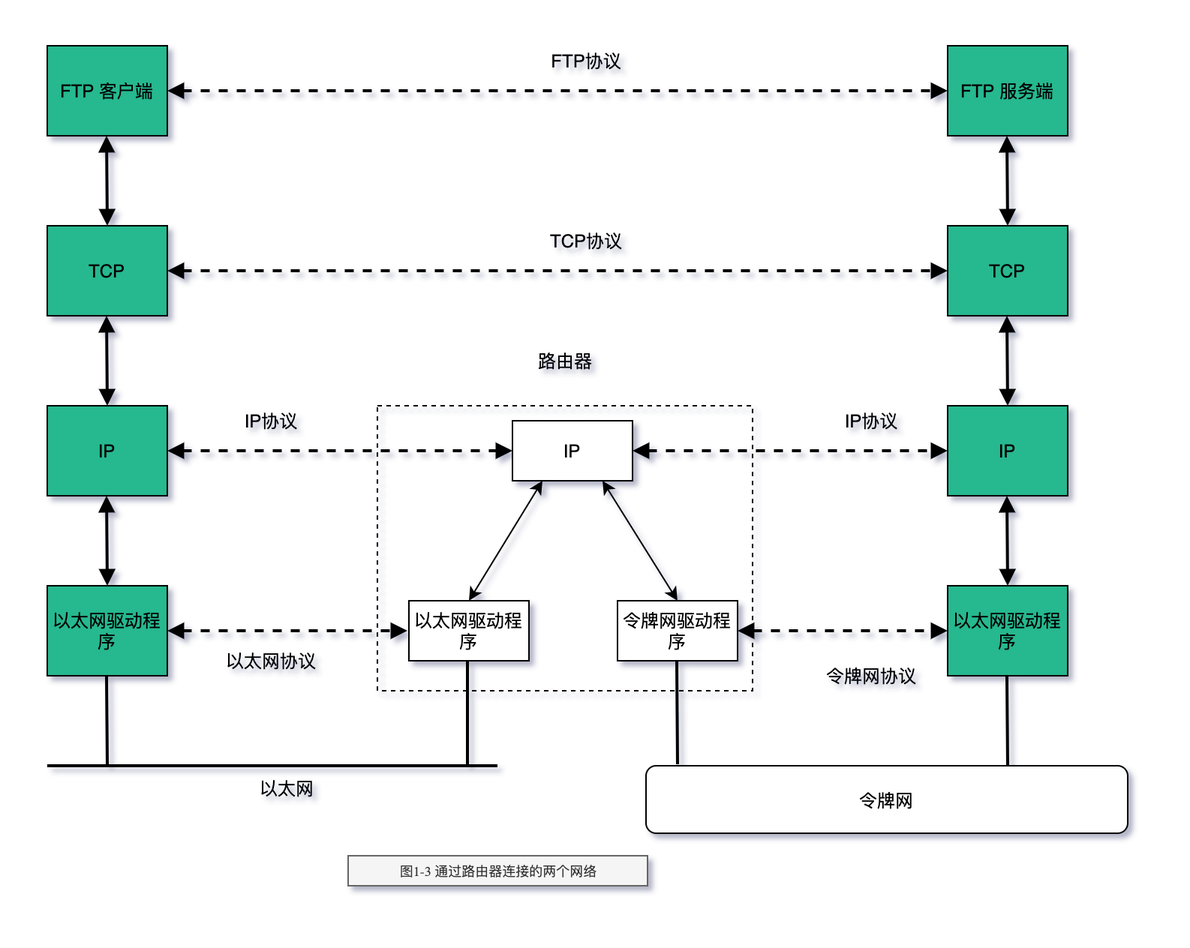
Earlier version of the draw.io export tcp-ip/TCP-IP-详解-卷1/images/TCP-IP-1-3.png (web1992/read). Source tidied: cells renumbered, new cells last; positions are measured from the earlier drawing's top-left corner, leaving out a move shared by most shapes. Its diagram source:
```xml
<mxGraphModel>
  <root>
    <mxCell id="0" />
    <mxCell id="1" parent="0" />
    <mxCell id="2" style="rounded=0;whiteSpace=wrap;html=1;labelBackgroundColor=none;fillColor=none;dashed=1;" parent="1" vertex="1">
      <mxGeometry x="220" y="240" width="250" height="190" as="geometry" />
    </mxCell>
    <mxCell id="3" style="endArrow=none;html=1;strokeWidth=2;" parent="1" edge="1">
      <mxGeometry relative="1" as="geometry">
        <mxPoint y="480" as="sourcePoint" />
        <mxPoint x="300" y="480" as="targetPoint" />
      </mxGeometry>
    </mxCell>
    <mxCell id="4" value="TFP 客户端" style="rounded=0;whiteSpace=wrap;html=1;fillColor=#25B88F;align=center;" parent="1" vertex="1">
      <mxGeometry width="80" height="60" as="geometry" />
    </mxCell>
    <mxCell id="5" value="FTP 客户端" style="rounded=0;whiteSpace=wrap;html=1;fillColor=#25B88F;align=center;" parent="1" vertex="1">
      <mxGeometry width="80" height="60" as="geometry" />
    </mxCell>
    <mxCell id="6" value="TCP" style="rounded=0;whiteSpace=wrap;html=1;fillColor=#25B88F;align=center;" parent="1" vertex="1">
      <mxGeometry y="120" width="80" height="60" as="geometry" />
    </mxCell>
    <mxCell id="7" value="IP" style="rounded=0;whiteSpace=wrap;html=1;fillColor=#25B88F;align=center;" parent="1" vertex="1">
      <mxGeometry y="240" width="80" height="60" as="geometry" />
    </mxCell>
    <mxCell id="8" value="以太网驱动程序" style="rounded=0;whiteSpace=wrap;html=1;fillColor=#25B88F;align=center;" parent="1" vertex="1">
      <mxGeometry y="360" width="80" height="60" as="geometry" />
    </mxCell>
    <mxCell id="9" value="TFP 客户端" style="rounded=0;whiteSpace=wrap;html=1;fillColor=#25B88F;align=center;" parent="1" vertex="1">
      <mxGeometry x="600" width="80" height="60" as="geometry" />
    </mxCell>
    <mxCell id="10" value="FTP 服务端" style="rounded=0;whiteSpace=wrap;html=1;fillColor=#25B88F;align=center;" parent="1" vertex="1">
      <mxGeometry x="600" width="80" height="60" as="geometry" />
    </mxCell>
    <mxCell id="11" value="TCP" style="rounded=0;whiteSpace=wrap;html=1;fillColor=#25B88F;align=center;" parent="1" vertex="1">
      <mxGeometry x="600" y="120" width="80" height="60" as="geometry" />
    </mxCell>
    <mxCell id="12" value="IP" style="rounded=0;whiteSpace=wrap;html=1;fillColor=#25B88F;align=center;" parent="1" vertex="1">
      <mxGeometry x="600" y="240" width="80" height="60" as="geometry" />
    </mxCell>
    <mxCell id="13" value="以太网驱动程序" style="rounded=0;whiteSpace=wrap;html=1;fillColor=#25B88F;align=center;" parent="1" vertex="1">
      <mxGeometry x="600" y="360" width="80" height="60" as="geometry" />
    </mxCell>
    <mxCell id="14" value="以太网" style="text;html=1;strokeColor=none;fillColor=none;align=center;verticalAlign=middle;whiteSpace=wrap;rounded=0;" parent="1" vertex="1">
      <mxGeometry x="140" y="485" width="40" height="20" as="geometry" />
    </mxCell>
    <mxCell id="15" value="以太网协议" style="text;html=1;strokeColor=none;fillColor=none;align=center;verticalAlign=middle;whiteSpace=wrap;rounded=0;" parent="1" vertex="1">
      <mxGeometry x="110" y="400" width="79" height="20" as="geometry" />
    </mxCell>
    <mxCell id="16" style="endArrow=block;startArrow=block;html=1;strokeWidth=2;entryX=0;entryY=0.5;entryDx=0;entryDy=0;exitX=1;exitY=0.5;exitDx=0;exitDy=0;dashed=1;startFill=1;endFill=1;" parent="1" edge="1" source="5" target="10">
      <mxGeometry relative="1" as="geometry" />
    </mxCell>
    <mxCell id="17" style="endArrow=block;startArrow=block;html=1;strokeWidth=2;entryX=0;entryY=0.5;entryDx=0;entryDy=0;dashed=1;startFill=1;endFill=1;" parent="1" edge="1" source="6" target="11">
      <mxGeometry relative="1" as="geometry" />
    </mxCell>
    <mxCell id="18" style="endArrow=block;startArrow=block;html=1;strokeWidth=2;exitX=1;exitY=0.5;exitDx=0;exitDy=0;dashed=1;startFill=1;endFill=1;" parent="1" edge="1" source="8">
      <mxGeometry relative="1" as="geometry">
        <mxPoint x="240" y="390" as="targetPoint" />
      </mxGeometry>
    </mxCell>
    <mxCell id="19" value="FTP协议" style="text;html=1;strokeColor=none;fillColor=none;align=center;verticalAlign=middle;whiteSpace=wrap;rounded=0;" parent="1" vertex="1">
      <mxGeometry x="320" width="79" height="20" as="geometry" />
    </mxCell>
    <mxCell id="20" value="TCP协议" style="text;html=1;strokeColor=none;fillColor=none;align=center;verticalAlign=middle;whiteSpace=wrap;rounded=0;" parent="1" vertex="1">
      <mxGeometry x="320" y="120" width="79" height="20" as="geometry" />
    </mxCell>
    <mxCell id="21" value="IP协议" style="text;html=1;strokeColor=none;fillColor=none;align=center;verticalAlign=middle;whiteSpace=wrap;rounded=0;" parent="1" vertex="1">
      <mxGeometry x="510" y="240" width="79" height="20" as="geometry" />
    </mxCell>
    <mxCell id="22" value="IP协议" style="text;html=1;strokeColor=none;fillColor=none;align=center;verticalAlign=middle;whiteSpace=wrap;rounded=0;" parent="1" vertex="1">
      <mxGeometry x="110" y="240" width="79" height="20" as="geometry" />
    </mxCell>
    <mxCell id="23" style="endArrow=block;startArrow=block;html=1;strokeWidth=2;startFill=1;endFill=1;" parent="1" edge="1">
      <mxGeometry relative="1" as="geometry">
        <mxPoint x="39.5" y="60" as="sourcePoint" />
        <mxPoint x="40" y="120" as="targetPoint" />
      </mxGeometry>
    </mxCell>
    <mxCell id="24" style="endArrow=block;startArrow=block;html=1;strokeWidth=2;startFill=1;endFill=1;" parent="1" edge="1">
      <mxGeometry relative="1" as="geometry">
        <mxPoint x="39.5" y="180" as="sourcePoint" />
        <mxPoint x="40" y="240" as="targetPoint" />
      </mxGeometry>
    </mxCell>
    <mxCell id="25" style="endArrow=block;startArrow=block;html=1;strokeWidth=2;startFill=1;endFill=1;" parent="1" edge="1">
      <mxGeometry relative="1" as="geometry">
        <mxPoint x="39.5" y="300" as="sourcePoint" />
        <mxPoint x="40" y="360" as="targetPoint" />
      </mxGeometry>
    </mxCell>
    <mxCell id="26" style="endArrow=block;startArrow=block;html=1;strokeWidth=2;startFill=1;endFill=1;" parent="1" edge="1">
      <mxGeometry relative="1" as="geometry">
        <mxPoint x="639.5" y="300" as="sourcePoint" />
        <mxPoint x="640" y="360" as="targetPoint" />
      </mxGeometry>
    </mxCell>
    <mxCell id="27" style="endArrow=block;startArrow=block;html=1;strokeWidth=2;startFill=1;endFill=1;" parent="1" edge="1">
      <mxGeometry relative="1" as="geometry">
        <mxPoint x="639.5" y="180" as="sourcePoint" />
        <mxPoint x="640" y="240" as="targetPoint" />
      </mxGeometry>
    </mxCell>
    <mxCell id="28" style="endArrow=block;startArrow=block;html=1;strokeWidth=2;startFill=1;endFill=1;" parent="1" edge="1">
      <mxGeometry relative="1" as="geometry">
        <mxPoint x="639.5" y="60" as="sourcePoint" />
        <mxPoint x="640" y="120" as="targetPoint" />
      </mxGeometry>
    </mxCell>
    <mxCell id="29" style="endArrow=none;html=1;strokeWidth=2;" parent="1" edge="1">
      <mxGeometry relative="1" as="geometry">
        <mxPoint x="40" y="480" as="sourcePoint" />
        <mxPoint x="39.5" y="420" as="targetPoint" />
      </mxGeometry>
    </mxCell>
    <mxCell id="30" style="endArrow=none;html=1;strokeWidth=2;" parent="1" edge="1">
      <mxGeometry relative="1" as="geometry">
        <mxPoint x="640" y="480" as="sourcePoint" />
        <mxPoint x="639.5" y="420" as="targetPoint" />
      </mxGeometry>
    </mxCell>
    <mxCell id="31" value="&lt;p class=&quot;p1&quot; style=&quot;margin: 0px; font-stretch: normal; font-size: 9px; line-height: normal;&quot;&gt;图&lt;span class=&quot;s1&quot; style=&quot;font-stretch: normal ; line-height: normal ; font-family: &amp;quot;times&amp;quot;&quot;&gt;1-3 &lt;/span&gt;通过路由器连接的两个网络&lt;/p&gt;" style="text;html=1;strokeColor=#666666;fillColor=#f5f5f5;align=center;verticalAlign=middle;whiteSpace=wrap;rounded=0;labelBackgroundColor=none;fontColor=#333333;" parent="1" vertex="1">
      <mxGeometry x="200.5" y="540" width="199.5" height="20" as="geometry" />
    </mxCell>
    <mxCell id="32" value="IP" style="rounded=0;whiteSpace=wrap;html=1;labelBackgroundColor=none;fontColor=#000000;" parent="1" vertex="1">
      <mxGeometry x="310" y="250" width="80" height="40" as="geometry" />
    </mxCell>
    <mxCell id="33" style="endArrow=block;startArrow=block;html=1;strokeWidth=2;dashed=1;startFill=1;endFill=1;" parent="1" edge="1">
      <mxGeometry relative="1" as="geometry">
        <mxPoint x="80" y="270" as="sourcePoint" />
        <mxPoint x="310" y="270" as="targetPoint" />
      </mxGeometry>
    </mxCell>
    <mxCell id="34" style="endArrow=block;startArrow=block;html=1;strokeWidth=2;exitX=1;exitY=0.5;exitDx=0;exitDy=0;dashed=1;startFill=1;endFill=1;" parent="1" edge="1" source="32" target="12">
      <mxGeometry relative="1" as="geometry" />
    </mxCell>
    <mxCell id="35" value="以太网驱动程序" style="rounded=0;whiteSpace=wrap;html=1;labelBackgroundColor=none;fontColor=#000000;" parent="1" vertex="1">
      <mxGeometry x="241" y="370" width="80" height="40" as="geometry" />
    </mxCell>
    <mxCell id="36" value="令牌网驱动程序" style="rounded=0;whiteSpace=wrap;html=1;labelBackgroundColor=none;fontColor=#000000;" parent="1" vertex="1">
      <mxGeometry x="380" y="370" width="80" height="40" as="geometry" />
    </mxCell>
    <mxCell id="37" value="令牌网协议" style="text;html=1;strokeColor=none;fillColor=none;align=center;verticalAlign=middle;whiteSpace=wrap;rounded=0;" parent="1" vertex="1">
      <mxGeometry x="510" y="410" width="79" height="20" as="geometry" />
    </mxCell>
    <mxCell id="38" style="endArrow=block;startArrow=block;html=1;strokeWidth=2;dashed=1;startFill=1;endFill=1;" parent="1" edge="1">
      <mxGeometry relative="1" as="geometry">
        <mxPoint x="460" y="390" as="sourcePoint" />
        <mxPoint x="600" y="390" as="targetPoint" />
      </mxGeometry>
    </mxCell>
    <mxCell id="39" style="endArrow=classic;startArrow=classic;html=1;fontColor=#000000;exitX=0.5;exitY=0;exitDx=0;exitDy=0;entryX=0.25;entryY=1;entryDx=0;entryDy=0;" parent="1" edge="1" source="35" target="32">
      <mxGeometry relative="1" as="geometry" />
    </mxCell>
    <mxCell id="40" style="endArrow=classic;startArrow=classic;html=1;fontColor=#000000;exitX=0.5;exitY=0;exitDx=0;exitDy=0;entryX=0.75;entryY=1;entryDx=0;entryDy=0;" parent="1" edge="1" source="36" target="32">
      <mxGeometry relative="1" as="geometry" />
    </mxCell>
    <mxCell id="41" style="endArrow=none;html=1;strokeWidth=2;" parent="1" edge="1">
      <mxGeometry relative="1" as="geometry">
        <mxPoint x="280" y="480" as="sourcePoint" />
        <mxPoint x="280" y="410" as="targetPoint" />
      </mxGeometry>
    </mxCell>
    <mxCell id="42" value="令牌网" style="rounded=1;whiteSpace=wrap;html=1;labelBackgroundColor=none;fontColor=#000000;" parent="1" vertex="1">
      <mxGeometry x="399" y="480" width="321" height="45" as="geometry" />
    </mxCell>
    <mxCell id="43" style="endArrow=none;html=1;strokeWidth=2;" parent="1" edge="1">
      <mxGeometry relative="1" as="geometry">
        <mxPoint x="420" y="479" as="sourcePoint" />
        <mxPoint x="419.5" y="410" as="targetPoint" />
      </mxGeometry>
    </mxCell>
    <mxCell id="44" value="路由器" style="text;html=1;strokeColor=none;fillColor=none;align=center;verticalAlign=middle;whiteSpace=wrap;rounded=0;" parent="1" vertex="1">
      <mxGeometry x="305.5" y="200" width="79" height="20" as="geometry" />
    </mxCell>
  </root>
</mxGraphModel>
```
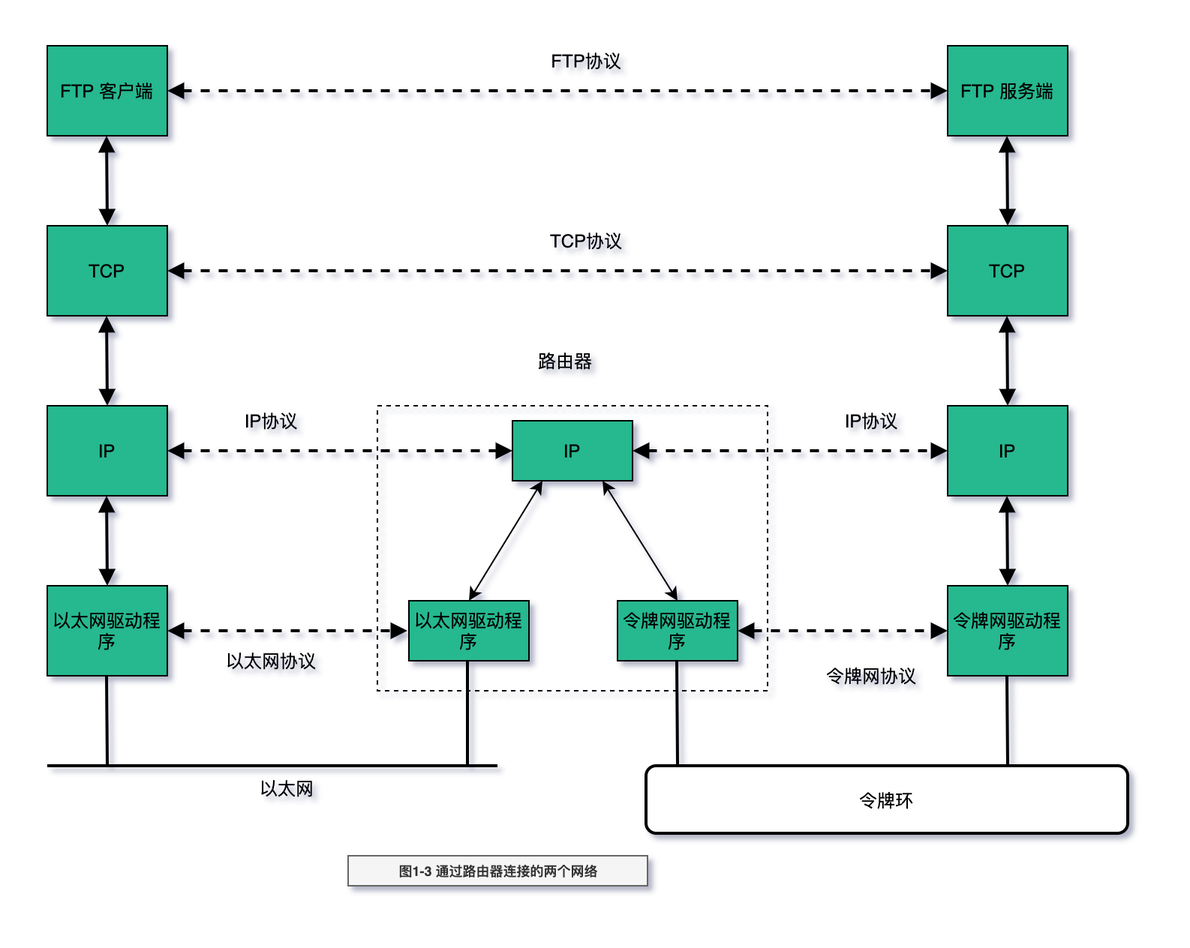
The same file after the commit.

What changed in the source:
```diff
@@ -3,7 +3,7 @@
     <mxCell id="0" />
     <mxCell id="1" parent="0" />
     <mxCell id="2" style="rounded=0;whiteSpace=wrap;html=1;labelBackgroundColor=none;fillColor=none;dashed=1;" parent="1" vertex="1">
-      <mxGeometry x="220" y="240" width="250" height="190" as="geometry" />
+      <mxGeometry x="220" y="240" width="260" height="190" as="geometry" />
     </mxCell>
     <mxCell id="3" style="endArrow=none;html=1;strokeWidth=2;" parent="1" edge="1">
       <mxGeometry relative="1" as="geometry">
@@ -38,7 +38,7 @@
     <mxCell id="12" value="IP" style="rounded=0;whiteSpace=wrap;html=1;fillColor=#25B88F;align=center;" parent="1" vertex="1">
       <mxGeometry x="600" y="240" width="80" height="60" as="geometry" />
     </mxCell>
-    <mxCell id="13" value="以太网驱动程序" style="rounded=0;whiteSpace=wrap;html=1;fillColor=#25B88F;align=center;" parent="1" vertex="1">
+    <mxCell id="13" value="令牌网驱动程序" style="rounded=0;whiteSpace=wrap;html=1;fillColor=#25B88F;align=center;" parent="1" vertex="1">
       <mxGeometry x="600" y="360" width="80" height="60" as="geometry" />
     </mxCell>
     <mxCell id="14" value="以太网" style="text;html=1;strokeColor=none;fillColor=none;align=center;verticalAlign=middle;whiteSpace=wrap;rounded=0;" parent="1" vertex="1">
@@ -118,10 +118,10 @@
         <mxPoint x="639.5" y="420" as="targetPoint" />
       </mxGeometry>
     </mxCell>
-    <mxCell id="31" value="&lt;p class=&quot;p1&quot; style=&quot;margin: 0px; font-stretch: normal; font-size: 9px; line-height: normal;&quot;&gt;图&lt;span class=&quot;s1&quot; style=&quot;font-stretch: normal ; line-height: normal ; font-family: &amp;quot;times&amp;quot;&quot;&gt;1-3 &lt;/span&gt;通过路由器连接的两个网络&lt;/p&gt;" style="text;html=1;strokeColor=#666666;fillColor=#f5f5f5;align=center;verticalAlign=middle;whiteSpace=wrap;rounded=0;labelBackgroundColor=none;fontColor=#333333;" parent="1" vertex="1">
+    <mxCell id="31" value="&lt;p class=&quot;p1&quot; style=&quot;margin: 0px ; font-stretch: normal ; font-size: 9px ; line-height: normal&quot;&gt;&lt;b&gt;图&lt;span class=&quot;s1&quot; style=&quot;font-stretch: normal ; line-height: normal&quot;&gt;1-3 &lt;/span&gt;通过路由器连接的两个网络&lt;/b&gt;&lt;/p&gt;" style="text;html=1;strokeColor=#666666;fillColor=#f5f5f5;align=center;verticalAlign=middle;whiteSpace=wrap;rounded=0;labelBackgroundColor=none;fontColor=#333333;" parent="1" vertex="1">
       <mxGeometry x="200.5" y="540" width="199.5" height="20" as="geometry" />
     </mxCell>
-    <mxCell id="32" value="IP" style="rounded=0;whiteSpace=wrap;html=1;labelBackgroundColor=none;fontColor=#000000;" parent="1" vertex="1">
+    <mxCell id="32" value="IP" style="rounded=0;whiteSpace=wrap;html=1;labelBackgroundColor=none;fontColor=#000000;fillColor=#25B88F;" parent="1" vertex="1">
       <mxGeometry x="310" y="250" width="80" height="40" as="geometry" />
     </mxCell>
     <mxCell id="33" style="endArrow=block;startArrow=block;html=1;strokeWidth=2;dashed=1;startFill=1;endFill=1;" parent="1" edge="1">
@@ -133,10 +133,10 @@
     <mxCell id="34" style="endArrow=block;startArrow=block;html=1;strokeWidth=2;exitX=1;exitY=0.5;exitDx=0;exitDy=0;dashed=1;startFill=1;endFill=1;" parent="1" edge="1" source="32" target="12">
       <mxGeometry relative="1" as="geometry" />
     </mxCell>
-    <mxCell id="35" value="以太网驱动程序" style="rounded=0;whiteSpace=wrap;html=1;labelBackgroundColor=none;fontColor=#000000;" parent="1" vertex="1">
+    <mxCell id="35" value="以太网驱动程序" style="rounded=0;whiteSpace=wrap;html=1;labelBackgroundColor=none;fontColor=#000000;fillColor=#25B88F;" parent="1" vertex="1">
       <mxGeometry x="241" y="370" width="80" height="40" as="geometry" />
     </mxCell>
-    <mxCell id="36" value="令牌网驱动程序" style="rounded=0;whiteSpace=wrap;html=1;labelBackgroundColor=none;fontColor=#000000;" parent="1" vertex="1">
+    <mxCell id="36" value="令牌网驱动程序" style="rounded=0;whiteSpace=wrap;html=1;labelBackgroundColor=none;fontColor=#000000;fillColor=#25B88F;" parent="1" vertex="1">
       <mxGeometry x="380" y="370" width="80" height="40" as="geometry" />
     </mxCell>
     <mxCell id="37" value="令牌网协议" style="text;html=1;strokeColor=none;fillColor=none;align=center;verticalAlign=middle;whiteSpace=wrap;rounded=0;" parent="1" vertex="1">
@@ -160,7 +160,7 @@
         <mxPoint x="280" y="410" as="targetPoint" />
       </mxGeometry>
     </mxCell>
-    <mxCell id="42" value="令牌网" style="rounded=1;whiteSpace=wrap;html=1;labelBackgroundColor=none;fontColor=#000000;" parent="1" vertex="1">
+    <mxCell id="42" value="令牌环" style="rounded=1;whiteSpace=wrap;html=1;labelBackgroundColor=none;fontColor=#000000;strokeWidth=2;" parent="1" vertex="1">
       <mxGeometry x="399" y="480" width="321" height="45" as="geometry" />
     </mxCell>
     <mxCell id="43" style="endArrow=none;html=1;strokeWidth=2;" parent="1" edge="1">
```
